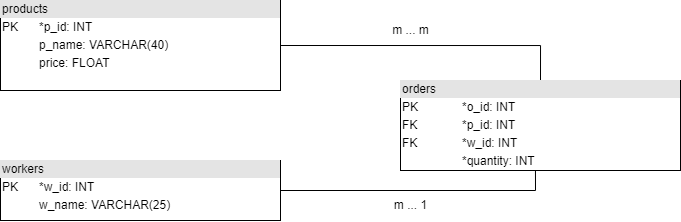
Earlier version of the draw.io export H2/H2_drawing.png (noamavi/QA-Course). Source tidied: cells renumbered, new cells last; positions are measured from the earlier drawing's top-left corner, leaving out a move shared by most shapes. Source of this version:
```xml
<mxGraphModel>
  <root>
    <mxCell id="0" />
    <mxCell id="1" parent="0" />
    <mxCell id="2" style="edgeStyle=orthogonalEdgeStyle;rounded=0;jettySize=auto;html=1;exitX=1;exitY=0.5;exitDx=0;exitDy=0;entryX=0.5;entryY=0;entryDx=0;entryDy=0;endArrow=none;endFill=0;startArrow=none;startFill=0;" parent="1" edge="1" source="3" target="6">
      <mxGeometry relative="1" as="geometry" />
    </mxCell>
    <mxCell id="3" value="&lt;div style=&quot;box-sizing:border-box;width:100%;background:#e4e4e4;padding:2px;&quot;&gt;products&lt;/div&gt;&lt;table style=&quot;width:100%;font-size:1em;&quot; cellpadding=&quot;2&quot; cellspacing=&quot;0&quot;&gt;&lt;tbody&gt;&lt;tr&gt;&lt;td&gt;PK&lt;/td&gt;&lt;td&gt;*p_id: INT&lt;/td&gt;&lt;/tr&gt;&lt;tr&gt;&lt;td&gt;&lt;br&gt;&lt;/td&gt;&lt;td&gt;p_name:&amp;nbsp;VARCHAR(40)&lt;/td&gt;&lt;/tr&gt;&lt;tr&gt;&lt;td&gt;&lt;/td&gt;&lt;td&gt;price:&amp;nbsp;FLOAT&lt;/td&gt;&lt;/tr&gt;&lt;/tbody&gt;&lt;/table&gt;" style="verticalAlign=top;align=left;overflow=fill;html=1;" parent="1" vertex="1">
      <mxGeometry width="280" height="90" as="geometry" />
    </mxCell>
    <mxCell id="4" style="edgeStyle=orthogonalEdgeStyle;rounded=0;jettySize=auto;html=1;exitX=1;exitY=0.5;exitDx=0;exitDy=0;entryX=0.482;entryY=0.998;entryDx=0;entryDy=0;entryPerimeter=0;endArrow=none;endFill=0;startArrow=none;startFill=0;" parent="1" edge="1" source="5" target="6">
      <mxGeometry relative="1" as="geometry" />
    </mxCell>
    <mxCell id="5" value="&lt;div style=&quot;box-sizing:border-box;width:100%;background:#e4e4e4;padding:2px;&quot;&gt;workers&lt;/div&gt;&lt;table style=&quot;width:100%;font-size:1em;&quot; cellpadding=&quot;2&quot; cellspacing=&quot;0&quot;&gt;&lt;tbody&gt;&lt;tr&gt;&lt;td&gt;PK&lt;/td&gt;&lt;td&gt;*w_id: INT&lt;/td&gt;&lt;/tr&gt;&lt;tr&gt;&lt;td&gt;&lt;br&gt;&lt;/td&gt;&lt;td&gt;w_name:&amp;nbsp;VARCHAR(25)&lt;/td&gt;&lt;/tr&gt;&lt;tr&gt;&lt;td&gt;&lt;/td&gt;&lt;td&gt;&lt;br&gt;&lt;/td&gt;&lt;/tr&gt;&lt;/tbody&gt;&lt;/table&gt;" style="verticalAlign=top;align=left;overflow=fill;html=1;" parent="1" vertex="1">
      <mxGeometry y="160" width="280" height="60" as="geometry" />
    </mxCell>
    <mxCell id="6" value="&lt;div style=&quot;box-sizing:border-box;width:100%;background:#e4e4e4;padding:2px;&quot;&gt;orders&lt;/div&gt;&lt;table style=&quot;width:100%;font-size:1em;&quot; cellpadding=&quot;2&quot; cellspacing=&quot;0&quot;&gt;&lt;tbody&gt;&lt;tr&gt;&lt;td&gt;PK&lt;/td&gt;&lt;td&gt;*o_id: INT&lt;/td&gt;&lt;/tr&gt;&lt;tr&gt;&lt;td&gt;FK&lt;/td&gt;&lt;td&gt;*p_id: INT&lt;br&gt;&lt;/td&gt;&lt;/tr&gt;&lt;tr&gt;&lt;td&gt;FK&lt;br&gt;&lt;/td&gt;&lt;td&gt;*w_id: INT&lt;br&gt;&lt;/td&gt;&lt;/tr&gt;&lt;tr&gt;&lt;td&gt;&lt;br&gt;&lt;/td&gt;&lt;td&gt;*quantity: INT&lt;br&gt;&lt;/td&gt;&lt;/tr&gt;&lt;tr&gt;&lt;td&gt;&lt;br&gt;&lt;/td&gt;&lt;td&gt;&lt;br&gt;&lt;/td&gt;&lt;/tr&gt;&lt;/tbody&gt;&lt;/table&gt;" style="verticalAlign=top;align=left;overflow=fill;html=1;" parent="1" vertex="1">
      <mxGeometry x="400" y="80" width="280" height="90" as="geometry" />
    </mxCell>
    <mxCell id="7" value="m ... m" style="text;html=1;align=center;verticalAlign=middle;strokeColor=none;fillColor=none;" parent="1" vertex="1">
      <mxGeometry x="380" y="15" width="60" height="30" as="geometry" />
    </mxCell>
    <mxCell id="8" value="m ... 1" style="text;html=1;align=center;verticalAlign=middle;strokeColor=none;fillColor=none;" parent="1" vertex="1">
      <mxGeometry x="380" y="190" width="60" height="30" as="geometry" />
    </mxCell>
  </root>
</mxGraphModel>
```
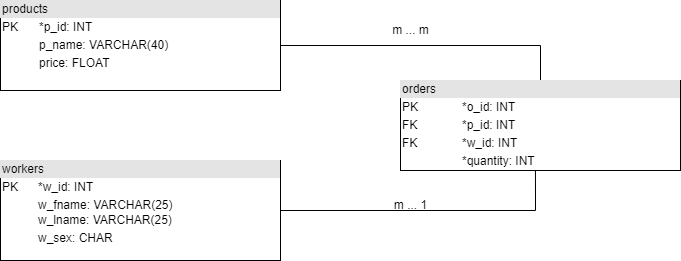
The same diagram one commit later.

What changed in the source:
```diff
@@ -11,8 +11,8 @@
     <mxCell id="4" style="edgeStyle=orthogonalEdgeStyle;rounded=0;jettySize=auto;html=1;exitX=1;exitY=0.5;exitDx=0;exitDy=0;entryX=0.482;entryY=0.998;entryDx=0;entryDy=0;entryPerimeter=0;endArrow=none;endFill=0;startArrow=none;startFill=0;" parent="1" edge="1" source="5" target="6">
       <mxGeometry relative="1" as="geometry" />
     </mxCell>
-    <mxCell id="5" value="&lt;div style=&quot;box-sizing:border-box;width:100%;background:#e4e4e4;padding:2px;&quot;&gt;workers&lt;/div&gt;&lt;table style=&quot;width:100%;font-size:1em;&quot; cellpadding=&quot;2&quot; cellspacing=&quot;0&quot;&gt;&lt;tbody&gt;&lt;tr&gt;&lt;td&gt;PK&lt;/td&gt;&lt;td&gt;*w_id: INT&lt;/td&gt;&lt;/tr&gt;&lt;tr&gt;&lt;td&gt;&lt;br&gt;&lt;/td&gt;&lt;td&gt;w_name:&amp;nbsp;VARCHAR(25)&lt;/td&gt;&lt;/tr&gt;&lt;tr&gt;&lt;td&gt;&lt;/td&gt;&lt;td&gt;&lt;br&gt;&lt;/td&gt;&lt;/tr&gt;&lt;/tbody&gt;&lt;/table&gt;" style="verticalAlign=top;align=left;overflow=fill;html=1;" parent="1" vertex="1">
-      <mxGeometry y="160" width="280" height="60" as="geometry" />
+    <mxCell id="5" value="&lt;div style=&quot;box-sizing:border-box;width:100%;background:#e4e4e4;padding:2px;&quot;&gt;workers&lt;/div&gt;&lt;table style=&quot;width:100%;font-size:1em;&quot; cellpadding=&quot;2&quot; cellspacing=&quot;0&quot;&gt;&lt;tbody&gt;&lt;tr&gt;&lt;td&gt;PK&lt;/td&gt;&lt;td&gt;*w_id: INT&lt;/td&gt;&lt;/tr&gt;&lt;tr&gt;&lt;td&gt;&lt;br&gt;&lt;/td&gt;&lt;td&gt;w_fname:&amp;nbsp;VARCHAR(25)&lt;br&gt;w_lname: VARCHAR(25)&lt;/td&gt;&lt;/tr&gt;&lt;tr&gt;&lt;td&gt;&lt;br&gt;&lt;/td&gt;&lt;td&gt;w_sex: CHAR&lt;/td&gt;&lt;/tr&gt;&lt;tr&gt;&lt;td&gt;&lt;br&gt;&lt;/td&gt;&lt;td&gt;&lt;br&gt;&lt;/td&gt;&lt;/tr&gt;&lt;tr&gt;&lt;td&gt;&lt;/td&gt;&lt;td&gt;&lt;br&gt;&lt;/td&gt;&lt;/tr&gt;&lt;/tbody&gt;&lt;/table&gt;" style="verticalAlign=top;align=left;overflow=fill;html=1;" parent="1" vertex="1">
+      <mxGeometry y="160" width="280" height="100" as="geometry" />
     </mxCell>
     <mxCell id="6" value="&lt;div style=&quot;box-sizing:border-box;width:100%;background:#e4e4e4;padding:2px;&quot;&gt;orders&lt;/div&gt;&lt;table style=&quot;width:100%;font-size:1em;&quot; cellpadding=&quot;2&quot; cellspacing=&quot;0&quot;&gt;&lt;tbody&gt;&lt;tr&gt;&lt;td&gt;PK&lt;/td&gt;&lt;td&gt;*o_id: INT&lt;/td&gt;&lt;/tr&gt;&lt;tr&gt;&lt;td&gt;FK&lt;/td&gt;&lt;td&gt;*p_id: INT&lt;br&gt;&lt;/td&gt;&lt;/tr&gt;&lt;tr&gt;&lt;td&gt;FK&lt;br&gt;&lt;/td&gt;&lt;td&gt;*w_id: INT&lt;br&gt;&lt;/td&gt;&lt;/tr&gt;&lt;tr&gt;&lt;td&gt;&lt;br&gt;&lt;/td&gt;&lt;td&gt;*quantity: INT&lt;br&gt;&lt;/td&gt;&lt;/tr&gt;&lt;tr&gt;&lt;td&gt;&lt;br&gt;&lt;/td&gt;&lt;td&gt;&lt;br&gt;&lt;/td&gt;&lt;/tr&gt;&lt;/tbody&gt;&lt;/table&gt;" style="verticalAlign=top;align=left;overflow=fill;html=1;" parent="1" vertex="1">
       <mxGeometry x="400" y="80" width="280" height="90" as="geometry" />
```
